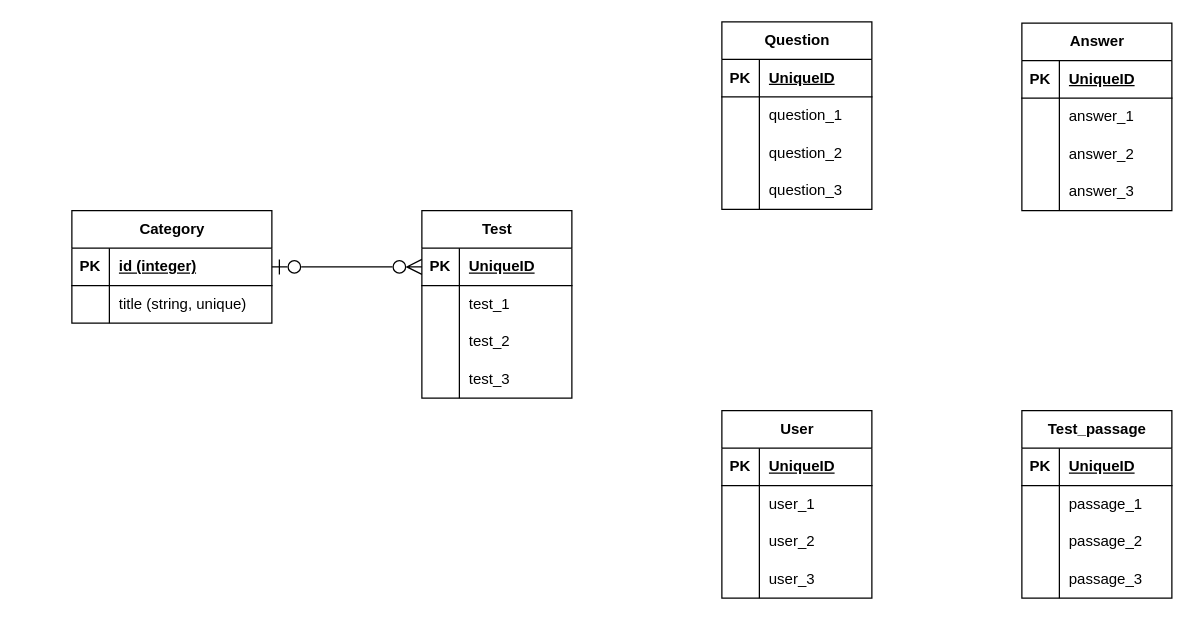
RomaVega/test-guru keeps this draw.io diagram as Untitled Diagram.drawio. Above is the earlier version. Source tidied: cells renumbered, new cells numbered last; positions are measured from the earlier drawing's top-left corner, leaving out a move shared by most shapes. Both pictures are drawn from the tidied source at 125%, with x=0, y=0 at pixel (71, 21).
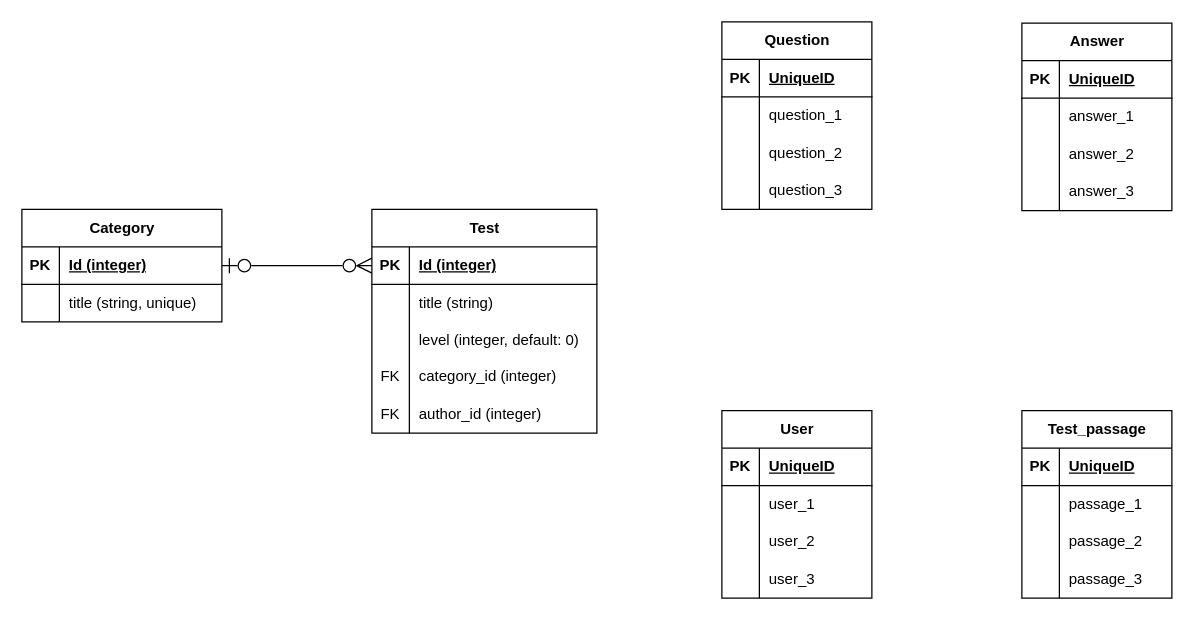
After the change.

Unchanged cells that the change refers to:
```xml
<mxCell id="3" style="shape=tableRow;horizontal=0;startSize=0;swimlaneHead=0;swimlaneBody=0;fillColor=none;points=[[0,0.5],[1,0.5]];portConstraint=eastwest;top=0;left=0;right=0;bottom=1;fontSize=12;" parent="2" vertex="1">
  <mxGeometry y="30" width="160" height="30" as="geometry" />
</mxCell>
```

Diff of the diagram source:
```diff
@@
     <mxCell id="2" value="Category" style="shape=table;startSize=30;childLayout=tableLayout;rowLines=0;fontStyle=1;align=center;html=1;fontSize=12;" parent="1" vertex="1">
-      <mxGeometry y="151" width="160" height="90" as="geometry" />
+      <mxGeometry x="-40" y="150" width="160" height="90" as="geometry" />
     </mxCell>
@@
-    <mxCell id="5" value="id (integer)" style="shape=partialRectangle;fillColor=none;top=0;left=0;bottom=0;right=0;align=left;spacingLeft=6;fontStyle=5;overflow=hidden;whiteSpace=wrap;html=1;fontSize=12;" parent="3" vertex="1">
+    <mxCell id="5" value="Id (integer)" style="shape=partialRectangle;fillColor=none;top=0;left=0;bottom=0;right=0;align=left;spacingLeft=6;fontStyle=5;overflow=hidden;whiteSpace=wrap;html=1;fontSize=12;" parent="3" vertex="1">
       <mxGeometry x="30" width="130" height="30" as="geometry" />
     </mxCell>
@@
     <mxCell id="9" value="Test" style="shape=table;startSize=30;childLayout=tableLayout;rowLines=0;fontStyle=1;align=center;html=1;fontSize=12;" parent="1" vertex="1">
-      <mxGeometry x="280" y="151" width="120" height="150" as="geometry" />
+      <mxGeometry x="240" y="150" width="180" height="179" as="geometry" />
     </mxCell>
     <mxCell id="10" style="shape=tableRow;horizontal=0;startSize=0;swimlaneHead=0;swimlaneBody=0;fillColor=none;points=[[0,0.5],[1,0.5]];portConstraint=eastwest;top=0;left=0;right=0;bottom=1;fontSize=12;" parent="9" vertex="1">
-      <mxGeometry y="30" width="120" height="30" as="geometry" />
+      <mxGeometry y="30" width="180" height="30" as="geometry" />
     </mxCell>
@@
-    <mxCell id="12" value="UniqueID" style="shape=partialRectangle;fillColor=none;top=0;left=0;bottom=0;right=0;align=left;spacingLeft=6;fontStyle=5;overflow=hidden;whiteSpace=wrap;html=1;fontSize=12;" parent="10" vertex="1">
-      <mxGeometry x="30" width="90" height="30" as="geometry" />
+    <mxCell id="12" value="Id (integer)" style="shape=partialRectangle;fillColor=none;top=0;left=0;bottom=0;right=0;align=left;spacingLeft=6;fontStyle=5;overflow=hidden;whiteSpace=wrap;html=1;fontSize=12;" parent="10" vertex="1">
+      <mxGeometry x="30" width="150" height="30" as="geometry" />
     </mxCell>
     <mxCell id="13" style="shape=tableRow;horizontal=0;startSize=0;swimlaneHead=0;swimlaneBody=0;fillColor=none;top=0;left=0;right=0;bottom=0;fontSize=12;" parent="9" vertex="1">
-      <mxGeometry y="60" width="120" height="30" as="geometry" />
+      <mxGeometry y="60" width="180" height="30" as="geometry" />
     </mxCell>
@@
-    <mxCell id="15" value="test_1" style="shape=partialRectangle;fillColor=none;top=0;left=0;bottom=0;right=0;align=left;spacingLeft=6;overflow=hidden;whiteSpace=wrap;html=1;fontSize=12;" parent="13" vertex="1">
-      <mxGeometry x="30" width="90" height="30" as="geometry" />
+    <mxCell id="15" value="title (string)" style="shape=partialRectangle;fillColor=none;top=0;left=0;bottom=0;right=0;align=left;spacingLeft=6;overflow=hidden;whiteSpace=wrap;html=1;fontSize=12;" parent="13" vertex="1">
+      <mxGeometry x="30" width="150" height="30" as="geometry" />
     </mxCell>
     <mxCell id="16" style="shape=tableRow;horizontal=0;startSize=0;swimlaneHead=0;swimlaneBody=0;fillColor=none;top=0;left=0;right=0;bottom=0;fontSize=12;" parent="9" vertex="1">
-      <mxGeometry y="90" width="120" height="30" as="geometry" />
+      <mxGeometry y="90" width="180" height="29" as="geometry" />
     </mxCell>
     <mxCell id="17" style="shape=partialRectangle;fillColor=none;top=0;left=0;bottom=0;right=0;overflow=hidden;whiteSpace=wrap;html=1;fontSize=12;" parent="16" vertex="1">
-      <mxGeometry width="30" height="30" as="geometry" />
+      <mxGeometry width="30" height="29" as="geometry" />
     </mxCell>
-    <mxCell id="18" value="test_2" style="shape=partialRectangle;fillColor=none;top=0;left=0;bottom=0;right=0;align=left;spacingLeft=6;overflow=hidden;whiteSpace=wrap;html=1;fontSize=12;" parent="16" vertex="1">
-      <mxGeometry x="30" width="90" height="30" as="geometry" />
+    <mxCell id="18" value="level (integer, default: 0)" style="shape=partialRectangle;fillColor=none;top=0;left=0;bottom=0;right=0;align=left;spacingLeft=6;overflow=hidden;whiteSpace=wrap;html=1;fontSize=12;" parent="16" vertex="1">
+      <mxGeometry x="30" width="150" height="29" as="geometry" />
     </mxCell>
     <mxCell id="19" style="shape=tableRow;horizontal=0;startSize=0;swimlaneHead=0;swimlaneBody=0;fillColor=none;top=0;left=0;right=0;bottom=0;fontSize=12;" parent="9" vertex="1">
-      <mxGeometry y="120" width="120" height="30" as="geometry" />
+      <mxGeometry y="119" width="180" height="30" as="geometry" />
     </mxCell>
-    <mxCell id="20" style="shape=partialRectangle;fillColor=none;top=0;left=0;bottom=0;right=0;overflow=hidden;whiteSpace=wrap;html=1;fontSize=12;" parent="19" vertex="1">
+    <mxCell id="20" value="FK" style="shape=partialRectangle;fillColor=none;top=0;left=0;bottom=0;right=0;overflow=hidden;whiteSpace=wrap;html=1;fontSize=12;" parent="19" vertex="1">
       <mxGeometry width="30" height="30" as="geometry" />
     </mxCell>
-    <mxCell id="21" value="test_3" style="shape=partialRectangle;fillColor=none;top=0;left=0;bottom=0;right=0;align=left;spacingLeft=6;overflow=hidden;whiteSpace=wrap;html=1;fontSize=12;" parent="19" vertex="1">
-      <mxGeometry x="30" width="90" height="30" as="geometry" />
+    <mxCell id="21" value="category_id (integer)" style="shape=partialRectangle;fillColor=none;top=0;left=0;bottom=0;right=0;align=left;spacingLeft=6;overflow=hidden;whiteSpace=wrap;html=1;fontSize=12;" parent="19" vertex="1">
+      <mxGeometry x="30" width="150" height="30" as="geometry" />
     </mxCell>
+    <mxCell id="75" style="shape=tableRow;horizontal=0;startSize=0;swimlaneHead=0;swimlaneBody=0;fillColor=none;top=0;left=0;right=0;bottom=0;fontSize=12;" parent="9" vertex="1">
+      <mxGeometry y="149" width="180" height="30" as="geometry" />
+    </mxCell>
+    <mxCell id="76" value="FK" style="shape=partialRectangle;fillColor=none;top=0;left=0;bottom=0;right=0;overflow=hidden;whiteSpace=wrap;html=1;fontSize=12;" parent="75" vertex="1">
+      <mxGeometry width="30" height="30" as="geometry" />
+    </mxCell>
+    <mxCell id="77" value="author_id (integer)" style="shape=partialRectangle;fillColor=none;top=0;left=0;bottom=0;right=0;align=left;spacingLeft=6;overflow=hidden;whiteSpace=wrap;html=1;fontSize=12;" parent="75" vertex="1">
+      <mxGeometry x="30" width="150" height="30" as="geometry" />
+    </mxCell>
```
